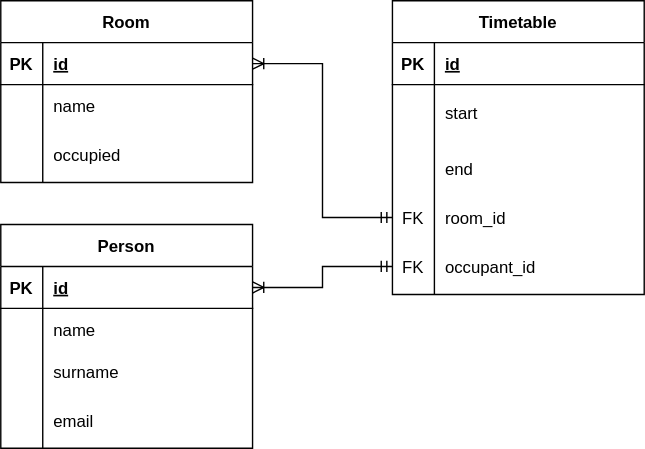
Above: docs/model.drawio.svg in MichaelGloessl04/school-rooms (draw.io), before the change. Source tidied: cells renumbered, new cells last; positions are measured from the earlier drawing's top-left corner, leaving out a move shared by most shapes.
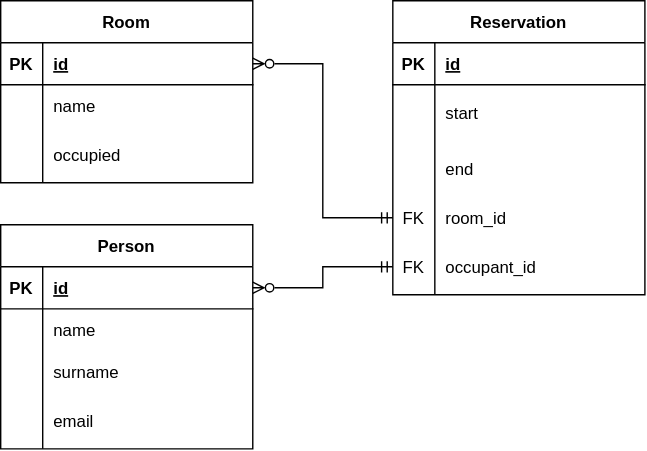
After the commit.

The edit, as a diff of the source:
```diff
@@ -32,7 +32,7 @@
     <mxCell id="11" value="occupied" style="shape=partialRectangle;fillColor=none;top=0;left=0;bottom=0;right=0;align=left;spacingLeft=6;overflow=hidden;" parent="9" vertex="1">
       <mxGeometry x="30" width="150" height="40" as="geometry" />
     </mxCell>
-    <mxCell id="12" value="Timetable" style="shape=table;startSize=30;rowLines=0;fontStyle=1;align=center;" parent="1" vertex="1">
+    <mxCell id="12" value="Reservation" style="shape=table;startSize=30;rowLines=0;fontStyle=1;align=center;" parent="1" vertex="1">
       <mxGeometry x="280" width="180" height="210" as="geometry" />
     </mxCell>
     <mxCell id="13" style="shape=tableRow;horizontal=0;startSize=0;swimlaneHead=0;swimlaneBody=0;fillColor=none;top=0;left=0;right=0;bottom=1;" parent="12" vertex="1">
@@ -119,10 +119,10 @@
     <mxCell id="40" value="email" style="shape=partialRectangle;fillColor=none;top=0;left=0;bottom=0;right=0;align=left;spacingLeft=6;overflow=hidden;" parent="38" vertex="1">
       <mxGeometry x="30" width="150" height="40" as="geometry" />
     </mxCell>
-    <mxCell id="41" style="edgeStyle=orthogonalEdgeStyle;html=1;exitX=1;exitY=0.5;exitDx=0;exitDy=0;entryX=0;entryY=0.5;entryDx=0;entryDy=0;rounded=0;startArrow=ERoneToMany;startFill=0;endArrow=ERmandOne;endFill=0;" parent="1" edge="1" source="29" target="25">
+    <mxCell id="41" style="edgeStyle=orthogonalEdgeStyle;html=1;exitX=1;exitY=0.5;exitDx=0;exitDy=0;entryX=0;entryY=0.5;entryDx=0;entryDy=0;rounded=0;startArrow=ERzeroToMany;startFill=0;endArrow=ERmandOne;endFill=0;" parent="1" edge="1" source="29" target="25">
       <mxGeometry relative="1" as="geometry" />
     </mxCell>
-    <mxCell id="42" style="edgeStyle=orthogonalEdgeStyle;rounded=0;html=1;exitX=1;exitY=0.5;exitDx=0;exitDy=0;entryX=0;entryY=0.5;entryDx=0;entryDy=0;startArrow=ERoneToMany;startFill=0;endArrow=ERmandOne;endFill=0;" parent="1" edge="1" source="3" target="22">
+    <mxCell id="42" style="edgeStyle=orthogonalEdgeStyle;rounded=0;html=1;exitX=1;exitY=0.5;exitDx=0;exitDy=0;entryX=0;entryY=0.5;entryDx=0;entryDy=0;startArrow=ERzeroToMany;startFill=0;endArrow=ERmandOne;endFill=0;" parent="1" edge="1" source="3" target="22">
       <mxGeometry relative="1" as="geometry" />
     </mxCell>
   </root>
```
